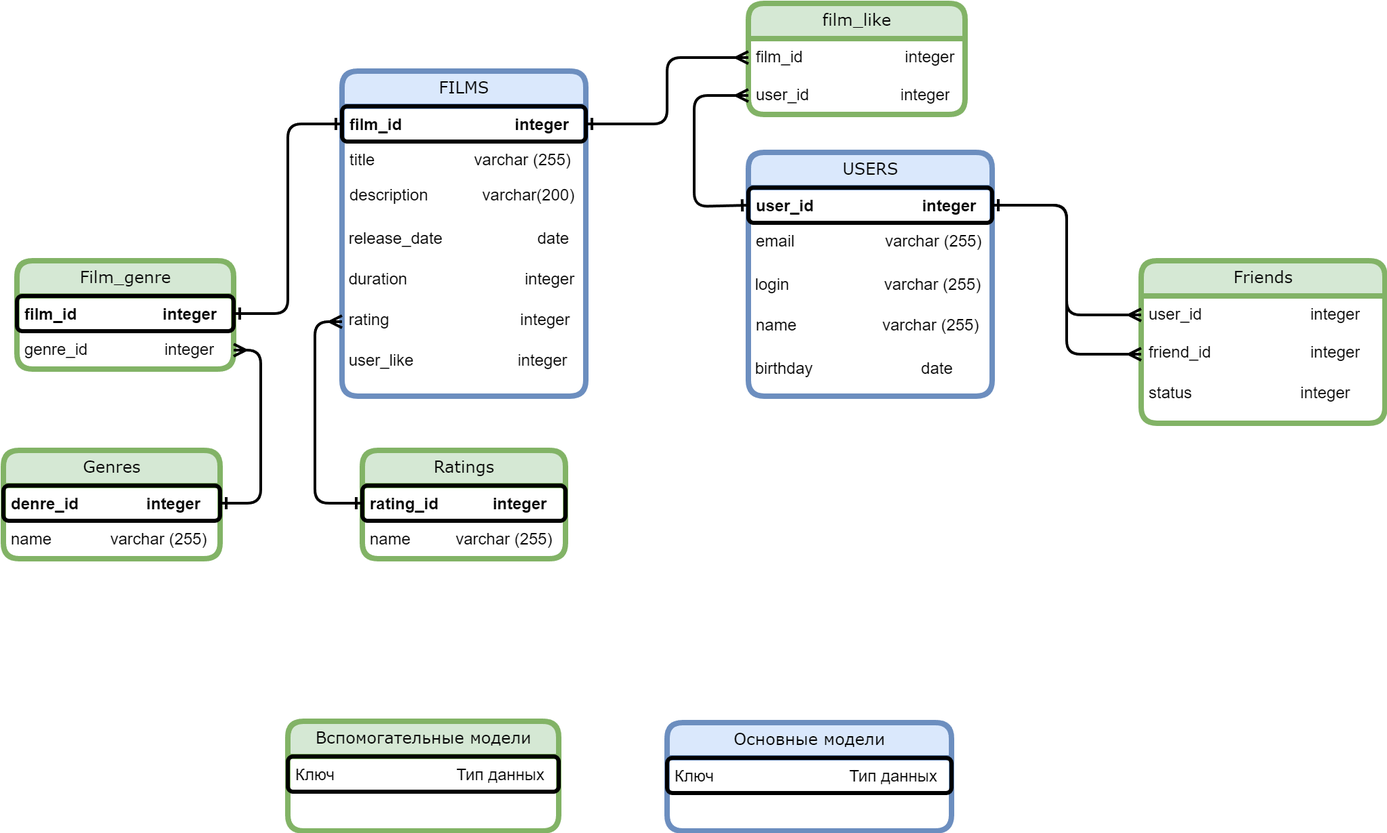
Earlier version of the draw.io export DataBase.png (MR-k0f31n/java-filmorate). Source tidied: cells renumbered, new cells last; positions are measured from the earlier drawing's top-left corner, leaving out a move shared by most shapes.
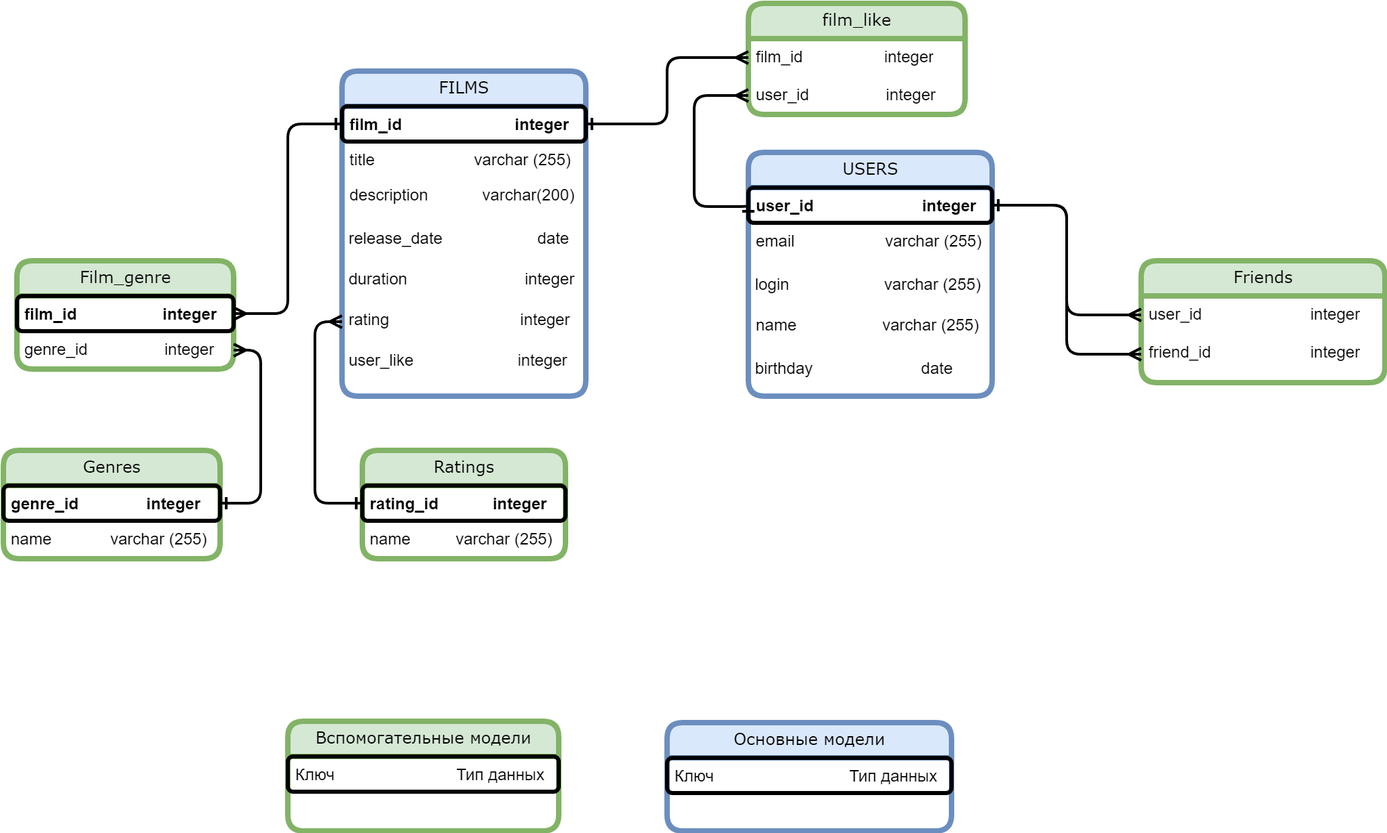
The same diagram one commit later.

Commit message:
<ADD> перенести все сохранения на Data Base type H2, внести новую логику: жанры фильмов, рейтинг фильма по мировым стандартам. Все сделать согласно REST API через MAPPER и через запросы SQL

Diff of the diagram source:
```diff
@@ -47,7 +47,7 @@
     <mxCell id="16" value="Genres" style="swimlane;html=1;fontStyle=0;horizontal=1;startSize=26;fillColor=#d5e8d4;swimlaneFillColor=#ffffff;align=center;rounded=1;shadow=0;comic=0;labelBackgroundColor=none;strokeWidth=4;fontFamily=Verdana;fontSize=12;strokeColor=#82b366;" parent="1" vertex="1">
       <mxGeometry y="330" width="160" height="80" as="geometry" />
     </mxCell>
-    <mxCell id="17" value="&lt;b&gt;denre_id&amp;nbsp; &amp;nbsp; &amp;nbsp; &amp;nbsp; &amp;nbsp; &amp;nbsp; &amp;nbsp; &amp;nbsp;integer&lt;/b&gt;" style="text;html=1;strokeColor=default;fillColor=none;spacingLeft=4;spacingRight=4;whiteSpace=wrap;overflow=hidden;points=[[0,0.5],[1,0.5]];portConstraint=eastwest;strokeWidth=3;rounded=1;" parent="16" vertex="1">
+    <mxCell id="17" value="&lt;b&gt;genre_id&amp;nbsp; &amp;nbsp; &amp;nbsp; &amp;nbsp; &amp;nbsp; &amp;nbsp; &amp;nbsp; &amp;nbsp;integer&lt;/b&gt;" style="text;html=1;strokeColor=default;fillColor=none;spacingLeft=4;spacingRight=4;whiteSpace=wrap;overflow=hidden;points=[[0,0.5],[1,0.5]];portConstraint=eastwest;strokeWidth=3;rounded=1;" parent="16" vertex="1">
       <mxGeometry y="26" width="160" height="26" as="geometry" />
     </mxCell>
     <mxCell id="18" value="name&amp;nbsp; &amp;nbsp; &amp;nbsp; &amp;nbsp; &amp;nbsp; &amp;nbsp; &amp;nbsp;varchar (255)" style="text;html=1;strokeColor=none;fillColor=none;spacingLeft=4;spacingRight=4;whiteSpace=wrap;overflow=hidden;" parent="16" vertex="1">
@@ -69,7 +69,7 @@
       <mxGeometry y="26" width="200" height="26" as="geometry" />
     </mxCell>
     <mxCell id="24" value="Friends" style="swimlane;html=1;fontStyle=0;horizontal=1;startSize=26;fillColor=#d5e8d4;swimlaneFillColor=#ffffff;align=center;rounded=1;shadow=0;comic=0;labelBackgroundColor=none;strokeWidth=4;fontFamily=Verdana;fontSize=12;strokeColor=#82b366;glass=0;" parent="1" vertex="1">
-      <mxGeometry x="840" y="190" width="180" height="120" as="geometry" />
+      <mxGeometry x="840" y="190" width="180" height="90" as="geometry" />
     </mxCell>
     <mxCell id="25" value="user_id&amp;nbsp; &amp;nbsp; &amp;nbsp; &amp;nbsp; &amp;nbsp; &amp;nbsp; &amp;nbsp; &amp;nbsp; &amp;nbsp; &amp;nbsp; &amp;nbsp; &amp;nbsp; integer" style="text;html=1;strokeColor=none;fillColor=none;spacingLeft=4;spacingRight=4;whiteSpace=wrap;overflow=hidden;points=[[0,0.5],[1,0.5]];portConstraint=eastwest;" parent="24" vertex="1">
       <mxGeometry y="26" width="180" height="28" as="geometry" />
@@ -77,9 +77,6 @@
     <mxCell id="26" value="friend_id&amp;nbsp; &amp;nbsp; &amp;nbsp; &amp;nbsp; &amp;nbsp; &amp;nbsp; &amp;nbsp; &amp;nbsp; &amp;nbsp; &amp;nbsp; &amp;nbsp; integer" style="text;html=1;strokeColor=none;fillColor=none;spacingLeft=4;spacingRight=4;whiteSpace=wrap;overflow=hidden;points=[[0,0.5],[1,0.5]];portConstraint=eastwest;" parent="24" vertex="1">
       <mxGeometry y="54" width="180" height="30" as="geometry" />
     </mxCell>
-    <mxCell id="27" value="status&amp;nbsp; &amp;nbsp; &amp;nbsp; &amp;nbsp; &amp;nbsp; &amp;nbsp; &amp;nbsp; &amp;nbsp; &amp;nbsp; &amp;nbsp;&lt;span style=&quot;white-space: pre;&quot;&gt; &amp;nbsp;&lt;/span&gt;&amp;nbsp; &amp;nbsp;integer" style="text;html=1;strokeColor=none;fillColor=none;spacingLeft=4;spacingRight=4;whiteSpace=wrap;overflow=hidden;" parent="24" vertex="1">
-      <mxGeometry y="84" width="180" height="30" as="geometry" />
-    </mxCell>
     <mxCell id="28" style="edgeStyle=orthogonalEdgeStyle;rounded=1;jettySize=auto;html=1;entryX=0;entryY=0.5;entryDx=0;entryDy=0;startArrow=ERone;startFill=0;endArrow=ERmany;endFill=0;strokeWidth=2;" parent="1" edge="1" source="20" target="8">
       <mxGeometry relative="1" as="geometry" />
     </mxCell>
@@ -104,7 +101,7 @@
     <mxCell id="35" value="genre_id&amp;nbsp; &amp;nbsp; &amp;nbsp; &amp;nbsp; &amp;nbsp; &amp;nbsp; &amp;nbsp; &amp;nbsp; &amp;nbsp;integer" style="text;html=1;strokeColor=none;fillColor=none;spacingLeft=4;spacingRight=4;whiteSpace=wrap;overflow=hidden;points=[[0,0.5],[1,0.5]];portConstraint=eastwest;" parent="33" vertex="1">
       <mxGeometry y="52" width="160" height="28" as="geometry" />
     </mxCell>
-    <mxCell id="36" style="edgeStyle=orthogonalEdgeStyle;rounded=1;jettySize=auto;html=1;entryX=0;entryY=0.5;entryDx=0;entryDy=0;strokeWidth=2;startArrow=ERone;startFill=0;endArrow=ERone;endFill=0;" parent="1" edge="1" source="34" target="3">
+    <mxCell id="36" style="edgeStyle=orthogonalEdgeStyle;rounded=1;jettySize=auto;html=1;entryX=0;entryY=0.5;entryDx=0;entryDy=0;strokeWidth=2;startArrow=ERmany;startFill=0;endArrow=ERone;endFill=0;" parent="1" edge="1" source="34" target="3">
       <mxGeometry relative="1" as="geometry" />
     </mxCell>
     <mxCell id="37" style="edgeStyle=orthogonalEdgeStyle;rounded=1;jettySize=auto;html=1;entryX=1;entryY=0.5;entryDx=0;entryDy=0;strokeWidth=2;startArrow=ERone;startFill=0;endArrow=ERmany;endFill=0;" parent="1" edge="1" source="17" target="35">
```
